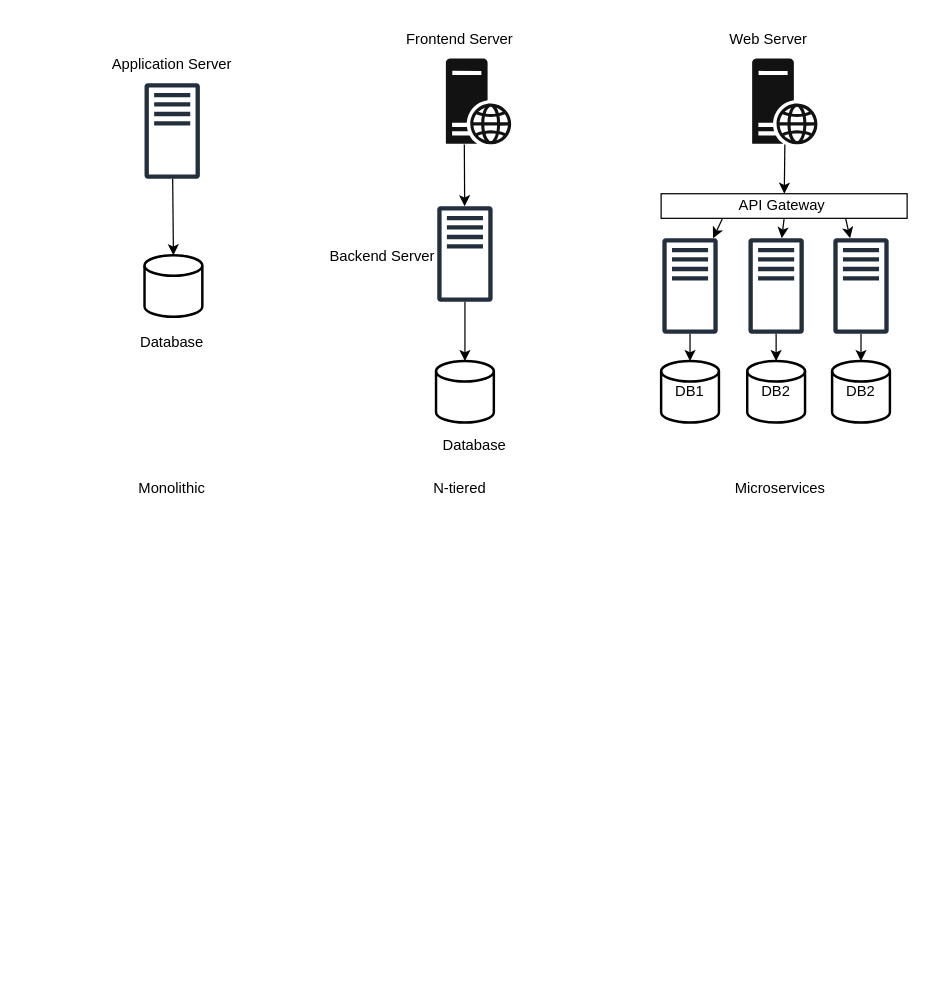
Earlier version of the draw.io diagram solutionarchitecture.drawio (jayanthkmr/architecture-diagrams). Source tidied: cells renumbered, new cells numbered last; positions are measured from the earlier drawing's top-left corner, leaving out a move shared by most shapes. Both pictures are drawn from the tidied source at 123%, with x=0, y=0 at pixel (106, 21).
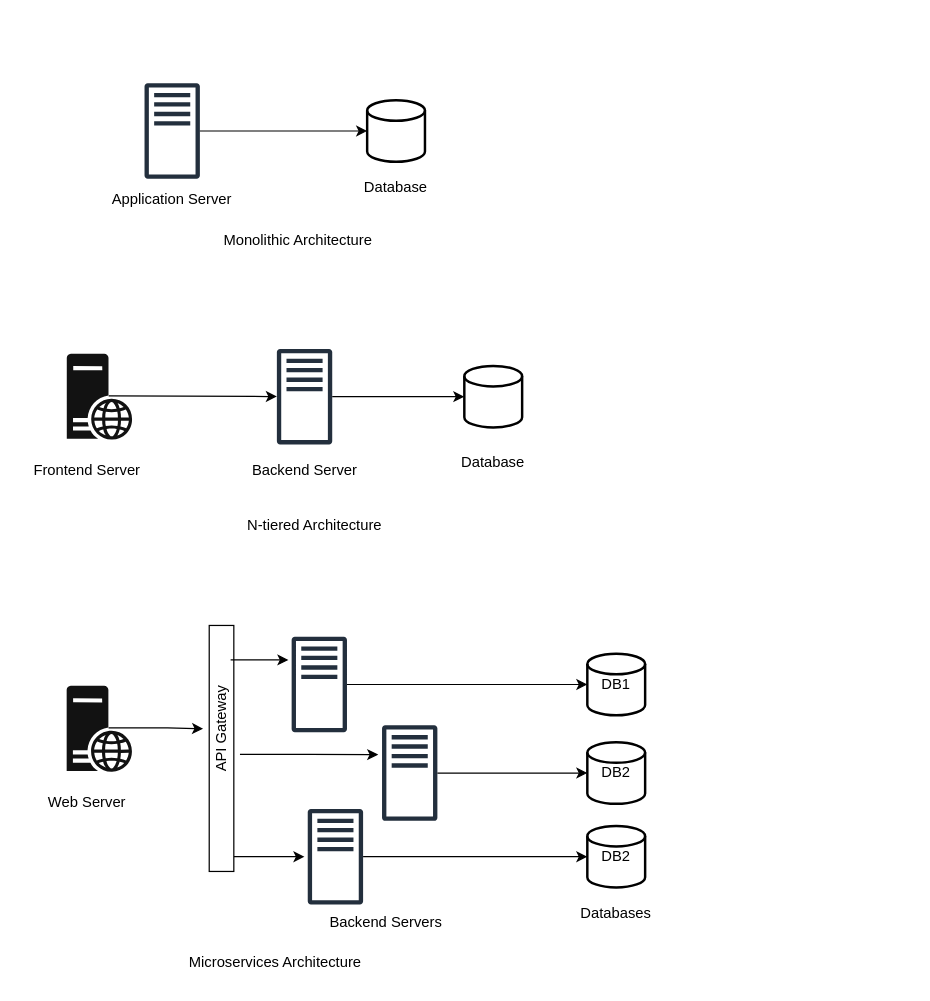
The same diagram, later.

The change refers to these unchanged cells:
```xml
<mxCell id="2" style="sketch=0;outlineConnect=0;fontColor=#232F3E;gradientColor=none;fillColor=#232F3D;strokeColor=none;dashed=0;verticalLabelPosition=bottom;verticalAlign=top;align=center;html=1;fontSize=12;fontStyle=0;shape=mxgraph.aws4.traditional_server;" parent="1" vertex="1">
  <mxGeometry x="31" y="50" width="45" height="78" as="geometry" />
</mxCell>
```

Diff of the diagram source:
```diff
@@
     <mxCell id="3" style="strokeWidth=2;html=1;shape=mxgraph.flowchart.database;whiteSpace=wrap;" parent="1" vertex="1">
-      <mxGeometry x="31" y="190" width="47" height="50" as="geometry" />
+      <mxGeometry x="212" y="64" width="47" height="50" as="geometry" />
     </mxCell>
-    <mxCell id="4" style="endArrow=classic;html=1;rounded=0;entryX=0.5;entryY=0;entryDx=0;entryDy=0;entryPerimeter=0;" parent="1" edge="1" source="2" target="3">
+    <mxCell id="4" style="endArrow=classic;html=1;rounded=0;entryX=0;entryY=0.5;entryDx=0;entryDy=0;entryPerimeter=0;" parent="1" edge="1" source="2" target="3">
       <mxGeometry relative="1" as="geometry" />
     </mxCell>
-    <mxCell id="5" value="Monolithic" style="text;html=1;align=center;verticalAlign=middle;whiteSpace=wrap;rounded=0;" parent="1" vertex="1">
-      <mxGeometry x="12" y="360" width="83" height="40" as="geometry" />
+    <mxCell id="5" value="Monolithic Architecture" style="text;html=1;align=center;verticalAlign=middle;whiteSpace=wrap;rounded=0;" parent="1" vertex="1">
+      <mxGeometry x="91" y="158" width="130" height="40" as="geometry" />
     </mxCell>
     <mxCell id="6" style="sketch=0;outlineConnect=0;fontColor=#232F3E;gradientColor=none;fillColor=#232F3D;strokeColor=none;dashed=0;verticalLabelPosition=bottom;verticalAlign=top;align=center;html=1;fontSize=12;fontStyle=0;shape=mxgraph.aws4.traditional_server;" parent="1" vertex="1">
-      <mxGeometry x="269" y="150" width="45" height="78" as="geometry" />
+      <mxGeometry x="138.6" y="266" width="45" height="78" as="geometry" />
     </mxCell>
     <mxCell id="7" style="strokeWidth=2;html=1;shape=mxgraph.flowchart.database;whiteSpace=wrap;" parent="1" vertex="1">
-      <mxGeometry x="268" y="276" width="47" height="50" as="geometry" />
+      <mxGeometry x="291" y="280" width="47" height="50" as="geometry" />
     </mxCell>
-    <mxCell id="8" style="endArrow=classic;html=1;rounded=0;entryX=0.5;entryY=0;entryDx=0;entryDy=0;entryPerimeter=0;" parent="1" edge="1" source="6" target="7">
+    <mxCell id="8" style="endArrow=classic;html=1;rounded=0;entryX=0;entryY=0.5;entryDx=0;entryDy=0;entryPerimeter=0;" parent="1" edge="1" source="6" target="7">
       <mxGeometry relative="1" as="geometry" />
     </mxCell>
     <mxCell id="9" style="sketch=0;shadow=0;dashed=0;html=1;strokeColor=none;labelPosition=center;verticalLabelPosition=bottom;verticalAlign=top;align=center;fillColor=#121212;shape=mxgraph.mscae.enterprise.web_server;" parent="1" vertex="1">
-      <mxGeometry x="276" y="30" width="53.2" height="70" as="geometry" />
+      <mxGeometry x="-32.2" y="270" width="53.2" height="70" as="geometry" />
     </mxCell>
-    <mxCell id="10" style="endArrow=classic;html=1;rounded=0;exitX=0.282;exitY=1;exitDx=0;exitDy=0;exitPerimeter=0;" parent="1" edge="1" source="9" target="6">
+    <mxCell id="10" style="endArrow=classic;html=1;rounded=0;exitX=0.64;exitY=0.49;exitDx=0;exitDy=0;exitPerimeter=0;" parent="1" edge="1" source="9" target="6">
       <mxGeometry relative="1" as="geometry" />
     </mxCell>
-    <mxCell id="11" value="N-tiered" style="text;html=1;align=center;verticalAlign=middle;whiteSpace=wrap;rounded=0;" parent="1" vertex="1">
-      <mxGeometry x="246.2" y="360" width="83" height="40" as="geometry" />
+    <mxCell id="11" value="N-tiered Architecture" style="text;html=1;align=center;verticalAlign=middle;whiteSpace=wrap;rounded=0;" parent="1" vertex="1">
+      <mxGeometry x="107.9" y="390" width="123" height="40" as="geometry" />
     </mxCell>
     <mxCell id="12" style="sketch=0;outlineConnect=0;fontColor=#232F3E;gradientColor=none;fillColor=#232F3D;strokeColor=none;dashed=0;verticalLabelPosition=bottom;verticalAlign=top;align=center;html=1;fontSize=12;fontStyle=0;shape=mxgraph.aws4.traditional_server;" parent="1" vertex="1">
-      <mxGeometry x="522" y="176" width="45" height="78" as="geometry" />
+      <mxGeometry x="224.1" y="572" width="45" height="78" as="geometry" />
     </mxCell>
     <mxCell id="13" value="DB2" style="strokeWidth=2;html=1;shape=mxgraph.flowchart.database;whiteSpace=wrap;" parent="1" vertex="1">
-      <mxGeometry x="521" y="276" width="47" height="50" as="geometry" />
+      <mxGeometry x="391" y="586" width="47" height="50" as="geometry" />
     </mxCell>
-    <mxCell id="14" style="endArrow=classic;html=1;rounded=0;entryX=0.5;entryY=0;entryDx=0;entryDy=0;entryPerimeter=0;" parent="1" edge="1" source="12" target="13">
+    <mxCell id="14" style="endArrow=classic;html=1;rounded=0;entryX=0;entryY=0.5;entryDx=0;entryDy=0;entryPerimeter=0;" parent="1" edge="1" source="12" target="13">
       <mxGeometry relative="1" as="geometry" />
     </mxCell>
+    <mxCell id="35" style="edgeStyle=orthogonalEdgeStyle;rounded=0;jettySize=auto;html=1;exitX=0.64;exitY=0.49;exitDx=0;exitDy=0;exitPerimeter=0;entryX=0.5;entryY=0;entryDx=0;entryDy=0;" parent="1" edge="1" source="15" target="27">
+      <mxGeometry relative="1" as="geometry" />
+    </mxCell>
     <mxCell id="15" style="sketch=0;shadow=0;dashed=0;html=1;strokeColor=none;labelPosition=center;verticalLabelPosition=bottom;verticalAlign=top;align=center;fillColor=#121212;shape=mxgraph.mscae.enterprise.web_server;" parent="1" vertex="1">
-      <mxGeometry x="525" y="30" width="53.2" height="70" as="geometry" />
+      <mxGeometry x="-32.3" y="540" width="53.2" height="70" as="geometry" />
     </mxCell>
-    <mxCell id="16" style="sketch=0;outlineConnect=0;fontColor=#232F3E;gradientColor=none;fillColor=#232F3D;strokeColor=none;dashed=0;verticalLabelPosition=bottom;verticalAlign=top;align=center;html=1;fontSize=12;fontStyle=0;shape=mxgraph.aws4.traditional_server;" parent="1" vertex="1">
-      <mxGeometry x="591" y="176" width="45" height="78" as="geometry" />
-    </mxCell>
-    <mxCell id="17" value="DB2" style="strokeWidth=2;html=1;shape=mxgraph.flowchart.database;whiteSpace=wrap;" parent="1" vertex="1">
-      <mxGeometry x="590" y="276" width="47" height="50" as="geometry" />
-    </mxCell>
-    <mxCell id="18" style="endArrow=classic;html=1;rounded=0;entryX=0.5;entryY=0;entryDx=0;entryDy=0;entryPerimeter=0;" parent="1" edge="1" source="16" target="17">
-      <mxGeometry relative="1" as="geometry" />
-    </mxCell>
     <mxCell id="19" style="sketch=0;outlineConnect=0;fontColor=#232F3E;gradientColor=none;fillColor=#232F3D;strokeColor=none;dashed=0;verticalLabelPosition=bottom;verticalAlign=top;align=center;html=1;fontSize=12;fontStyle=0;shape=mxgraph.aws4.traditional_server;" parent="1" vertex="1">
-      <mxGeometry x="452" y="176" width="45" height="78" as="geometry" />
+      <mxGeometry x="150.6" y="500" width="45" height="78" as="geometry" />
     </mxCell>
     <mxCell id="20" value="DB1" style="strokeWidth=2;html=1;shape=mxgraph.flowchart.database;whiteSpace=wrap;" parent="1" vertex="1">
-      <mxGeometry x="451" y="276" width="47" height="50" as="geometry" />
+      <mxGeometry x="391" y="514" width="47" height="50" as="geometry" />
     </mxCell>
-    <mxCell id="21" style="endArrow=classic;html=1;rounded=0;entryX=0.5;entryY=0;entryDx=0;entryDy=0;entryPerimeter=0;" parent="1" edge="1" source="19" target="20">
+    <mxCell id="21" style="endArrow=classic;html=1;rounded=0;entryX=0;entryY=0.5;entryDx=0;entryDy=0;entryPerimeter=0;" parent="1" edge="1" source="19" target="20">
       <mxGeometry relative="1" as="geometry" />
     </mxCell>
+    <mxCell id="36" style="edgeStyle=orthogonalEdgeStyle;rounded=0;orthogonalLoop=1;jettySize=auto;html=1;exitX=0.25;exitY=1;exitDx=0;exitDy=0;" parent="1" edge="1">
+      <mxGeometry relative="1" as="geometry">
+        <mxPoint x="103.6" y="679" as="sourcePoint" />
+        <mxPoint x="161" y="679" as="targetPoint" />
+      </mxGeometry>
+    </mxCell>
-    <mxCell id="22" style="rounded=0;whiteSpace=wrap;html=1;" parent="1" vertex="1">
-      <mxGeometry x="451" y="140" width="200" height="20" as="geometry" />
+    <mxCell id="22" style="rounded=0;whiteSpace=wrap;html=1;rotation=-90;" parent="1" vertex="1">
+      <mxGeometry x="-6.4" y="581" width="200" height="20" as="geometry" />
     </mxCell>
-    <mxCell id="23" style="endArrow=classic;html=1;rounded=0;exitX=0.5;exitY=1;exitDx=0;exitDy=0;exitPerimeter=0;" parent="1" edge="1" source="15" target="22">
-      <mxGeometry relative="1" as="geometry" />
-    </mxCell>
-    <mxCell id="24" style="endArrow=classic;html=1;rounded=0;exitX=0.25;exitY=1;exitDx=0;exitDy=0;" parent="1" edge="1" source="22" target="19">
-      <mxGeometry relative="1" as="geometry" />
-    </mxCell>
-    <mxCell id="25" style="endArrow=classic;html=1;rounded=0;exitX=0.5;exitY=1;exitDx=0;exitDy=0;" parent="1" edge="1" source="22" target="12">
-      <mxGeometry relative="1" as="geometry" />
-    </mxCell>
-    <mxCell id="26" style="endArrow=classic;html=1;rounded=0;exitX=0.75;exitY=1;exitDx=0;exitDy=0;" parent="1" edge="1" source="22" target="16">
-      <mxGeometry relative="1" as="geometry" />
-    </mxCell>
+    <mxCell id="37" style="edgeStyle=orthogonalEdgeStyle;rounded=0;jettySize=auto;html=1;exitX=0.25;exitY=1;exitDx=0;exitDy=0;" parent="1" edge="1" source="27">
+      <mxGeometry relative="1" as="geometry">
+        <mxPoint x="221" y="596" as="targetPoint" />
+      </mxGeometry>
+    </mxCell>
-    <mxCell id="27" value="API Gateway" style="text;html=1;align=center;verticalAlign=middle;whiteSpace=wrap;rounded=0;" parent="1" vertex="1">
-      <mxGeometry x="508" y="135" width="83" height="30" as="geometry" />
+    <mxCell id="27" value="API Gateway" style="text;html=1;align=center;verticalAlign=middle;whiteSpace=wrap;rounded=0;rotation=-90;" parent="1" vertex="1">
+      <mxGeometry x="52.1" y="560" width="83" height="30" as="geometry" />
     </mxCell>
     <mxCell id="28" value="Application Server" style="text;html=1;align=center;verticalAlign=middle;whiteSpace=wrap;rounded=0;" parent="1" vertex="1">
-      <mxGeometry x="0.2" y="20" width="106.5" height="30" as="geometry" />
+      <mxGeometry x="0.2" y="130" width="106.5" height="30" as="geometry" />
     </mxCell>
     <mxCell id="29" value="Database" style="text;html=1;align=center;verticalAlign=middle;whiteSpace=wrap;rounded=0;" parent="1" vertex="1">
-      <mxGeometry x="0.2" y="246" width="106.5" height="30" as="geometry" />
+      <mxGeometry x="182.2" y="120" width="106.5" height="30" as="geometry" />
     </mxCell>
     <mxCell id="30" value="Database" style="text;html=1;align=center;verticalAlign=middle;whiteSpace=wrap;rounded=0;" parent="1" vertex="1">
-      <mxGeometry x="246.2" y="330" width="106.5" height="30" as="geometry" />
+      <mxGeometry x="261.1" y="344" width="106.5" height="30" as="geometry" />
     </mxCell>
     <mxCell id="31" value="Backend Server" style="text;html=1;align=center;verticalAlign=middle;whiteSpace=wrap;rounded=0;" parent="1" vertex="1">
-      <mxGeometry x="171" y="176" width="106.5" height="30" as="geometry" />
+      <mxGeometry x="107.9" y="350" width="106.5" height="30" as="geometry" />
     </mxCell>
     <mxCell id="32" value="Frontend Server" style="text;html=1;align=center;verticalAlign=middle;whiteSpace=wrap;rounded=0;" parent="1" vertex="1">
-      <mxGeometry x="234.4" width="106.5" height="30" as="geometry" />
+      <mxGeometry x="-69" y="350" width="106.5" height="30" as="geometry" />
     </mxCell>
     <mxCell id="33" value="Web Server" style="text;html=1;align=center;verticalAlign=middle;whiteSpace=wrap;rounded=0;" parent="1" vertex="1">
-      <mxGeometry x="484.5" width="106.5" height="30" as="geometry" />
+      <mxGeometry x="-69" y="620" width="106.5" height="30" as="geometry" />
     </mxCell>
-    <mxCell id="34" value="Microservices" style="text;html=1;align=center;verticalAlign=middle;whiteSpace=wrap;rounded=0;" parent="1" vertex="1">
-      <mxGeometry x="518" y="365" width="60" height="30" as="geometry" />
+    <mxCell id="34" value="Microservices Architecture" style="text;html=1;align=center;verticalAlign=middle;whiteSpace=wrap;rounded=0;" parent="1" vertex="1">
+      <mxGeometry x="63.6" y="750" width="147.4" height="30" as="geometry" />
     </mxCell>
+    <mxCell id="38" style="sketch=0;outlineConnect=0;fontColor=#232F3E;gradientColor=none;fillColor=#232F3D;strokeColor=none;dashed=0;verticalLabelPosition=bottom;verticalAlign=top;align=center;html=1;fontSize=12;fontStyle=0;shape=mxgraph.aws4.traditional_server;" parent="1" vertex="1">
+      <mxGeometry x="163.7" y="640" width="45" height="78" as="geometry" />
+    </mxCell>
+    <mxCell id="17" value="DB2" style="strokeWidth=2;html=1;shape=mxgraph.flowchart.database;whiteSpace=wrap;" parent="1" vertex="1">
+      <mxGeometry x="391" y="654" width="47" height="50" as="geometry" />
+    </mxCell>
+    <mxCell id="39" style="endArrow=classic;html=1;rounded=0;entryX=0;entryY=0.5;entryDx=0;entryDy=0;entryPerimeter=0;" parent="1" edge="1" source="38" target="17">
+      <mxGeometry relative="1" as="geometry" />
+    </mxCell>
+    <mxCell id="40" style="endArrow=classic;html=1;rounded=0;entryX=-0.058;entryY=0.281;entryDx=0;entryDy=0;entryPerimeter=0;" parent="1" edge="1">
+      <mxGeometry relative="1" as="geometry">
+        <mxPoint x="101" y="519" as="sourcePoint" />
+        <mxPoint x="148" y="519" as="targetPoint" />
+      </mxGeometry>
+    </mxCell>
+    <mxCell id="41" value="Backend Servers" style="text;html=1;align=center;verticalAlign=middle;whiteSpace=wrap;rounded=0;" parent="1" vertex="1">
+      <mxGeometry x="174" y="718" width="106.5" height="30" as="geometry" />
+    </mxCell>
+    <mxCell id="42" value="Databases" style="text;html=1;align=center;verticalAlign=middle;whiteSpace=wrap;rounded=0;" parent="1" vertex="1">
+      <mxGeometry x="361" y="710" width="106.5" height="30" as="geometry" />
+    </mxCell>
```
